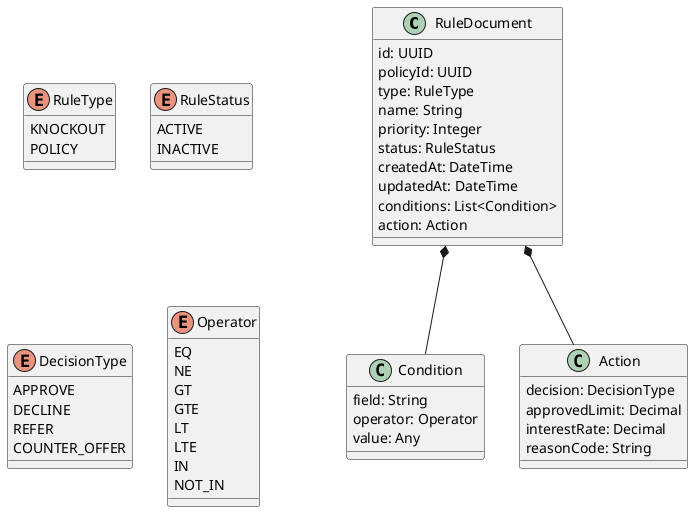
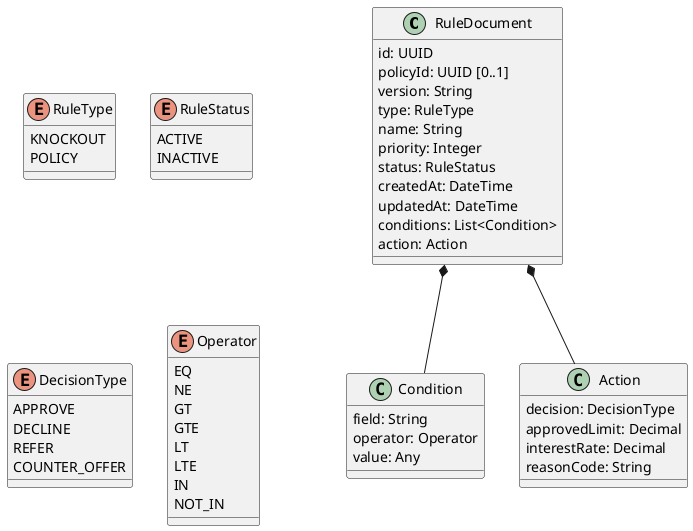
@startuml rule_document

class RuleDocument {
    id: UUID
-     policyId: UUID
+     policyId: UUID [0..1]
+     version: String
    type: RuleType
    name: String
    priority: Integer
    status: RuleStatus
    createdAt: DateTime
    updatedAt: DateTime
    conditions: List<Condition>
    action: Action
}

class Condition {
    field: String
    operator: Operator
    value: Any
}

class Action {
    decision: DecisionType
    approvedLimit: Decimal
    interestRate: Decimal
    reasonCode: String
}

enum RuleType {
    KNOCKOUT
    POLICY
}

enum RuleStatus {
    ACTIVE
    INACTIVE
}

enum DecisionType {
    APPROVE
    DECLINE
    REFER
    COUNTER_OFFER
}

enum Operator {
    EQ
    NE
    GT
    GTE
    LT
    LTE
    IN
    NOT_IN
}

RuleDocument *-- Condition
RuleDocument *-- Action

@enduml